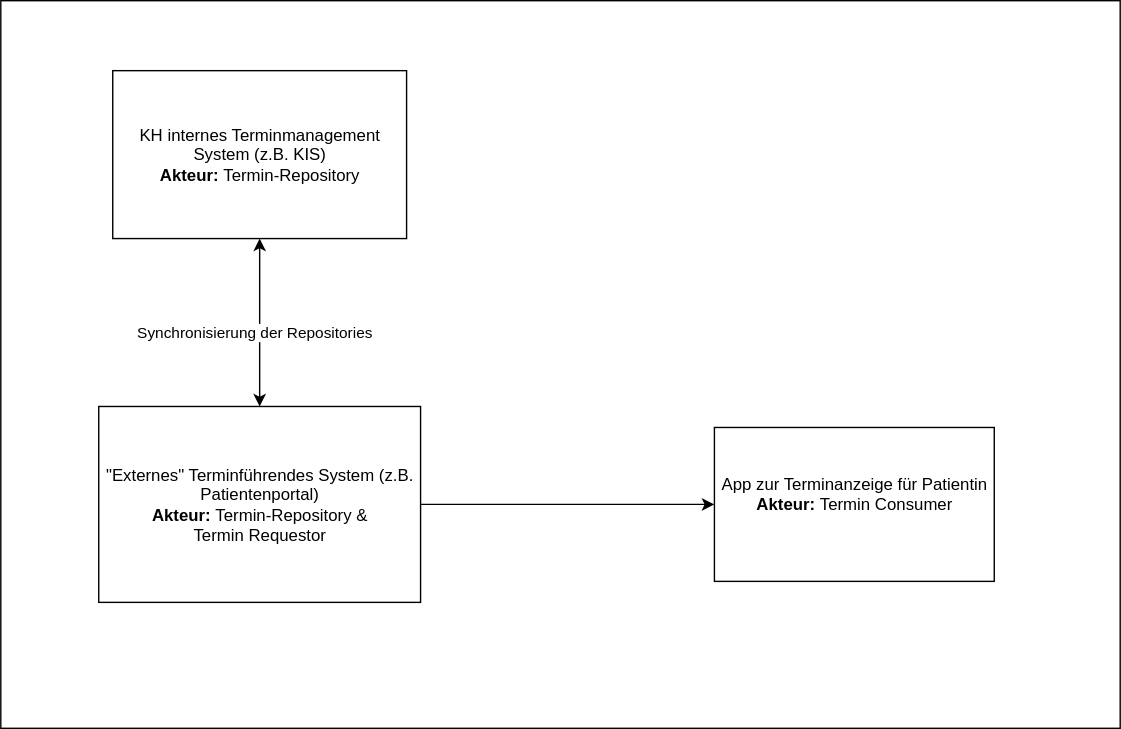
This is publisher-guides/Terminplanung/input/images/Termin_Patientenportal_als_Repository.drawio.svg from gematik/spec-ISiK-Basismodul, a draw.io export, as it was before one commit. Source tidied: cells renumbered, new cells last; positions are measured from the earlier drawing's top-left corner, leaving out a move shared by most shapes. Its diagram source:
```xml
<mxGraphModel>
  <root>
    <mxCell id="0" />
    <mxCell id="1" parent="0" />
    <mxCell id="2" style="rounded=0;whiteSpace=wrap;html=1;" parent="1" vertex="1">
      <mxGeometry width="800" height="520" as="geometry" />
    </mxCell>
    <mxCell id="3" style="edgeStyle=orthogonalEdgeStyle;rounded=0;jettySize=auto;html=1;exitX=0.5;exitY=1;exitDx=0;exitDy=0;startArrow=classic;startFill=1;" parent="1" edge="1" source="5" target="8">
      <mxGeometry relative="1" as="geometry" />
    </mxCell>
    <mxCell id="4" value="Synchronisierung der Repositories" style="edgeLabel;html=1;align=center;verticalAlign=middle;" parent="3" vertex="1">
      <mxGeometry x="0.1" y="-5" relative="1" as="geometry" />
    </mxCell>
    <mxCell id="5" value="&lt;div&gt;KH internes Terminmanagement System (z.B. KIS)&lt;/div&gt;&lt;b&gt;Akteur:&amp;nbsp;&lt;/b&gt;Termin-Repository" style="rounded=0;whiteSpace=wrap;html=1;" parent="1" vertex="1">
      <mxGeometry x="80" y="50" width="210" height="120" as="geometry" />
    </mxCell>
    <mxCell id="6" value="&lt;div&gt;App zur Terminanzeige für Patientin&lt;/div&gt;&lt;div&gt;&lt;b&gt;Akteur:&amp;nbsp;&lt;/b&gt;Termin Consumer&lt;/div&gt;&lt;div&gt;&lt;br&gt;&lt;/div&gt;" style="rounded=0;whiteSpace=wrap;html=1;" parent="1" vertex="1">
      <mxGeometry x="510" y="305" width="200" height="110" as="geometry" />
    </mxCell>
    <mxCell id="7" style="edgeStyle=orthogonalEdgeStyle;rounded=0;jettySize=auto;html=1;exitX=1;exitY=0.5;exitDx=0;exitDy=0;entryX=0;entryY=0.5;entryDx=0;entryDy=0;" parent="1" edge="1" source="8" target="6">
      <mxGeometry relative="1" as="geometry" />
    </mxCell>
    <mxCell id="8" value="&lt;div&gt;&quot;Externes&quot; Terminführendes System (z.B. Patientenportal)&lt;/div&gt;&lt;div&gt;&lt;b&gt;Akteur:&amp;nbsp;&lt;/b&gt;Termin-Repository &amp;amp;&lt;/div&gt;&lt;div&gt;Termin Requestor&lt;/div&gt;" style="rounded=0;whiteSpace=wrap;html=1;" parent="1" vertex="1">
      <mxGeometry x="70" y="290" width="230" height="140" as="geometry" />
    </mxCell>
  </root>
</mxGraphModel>
```
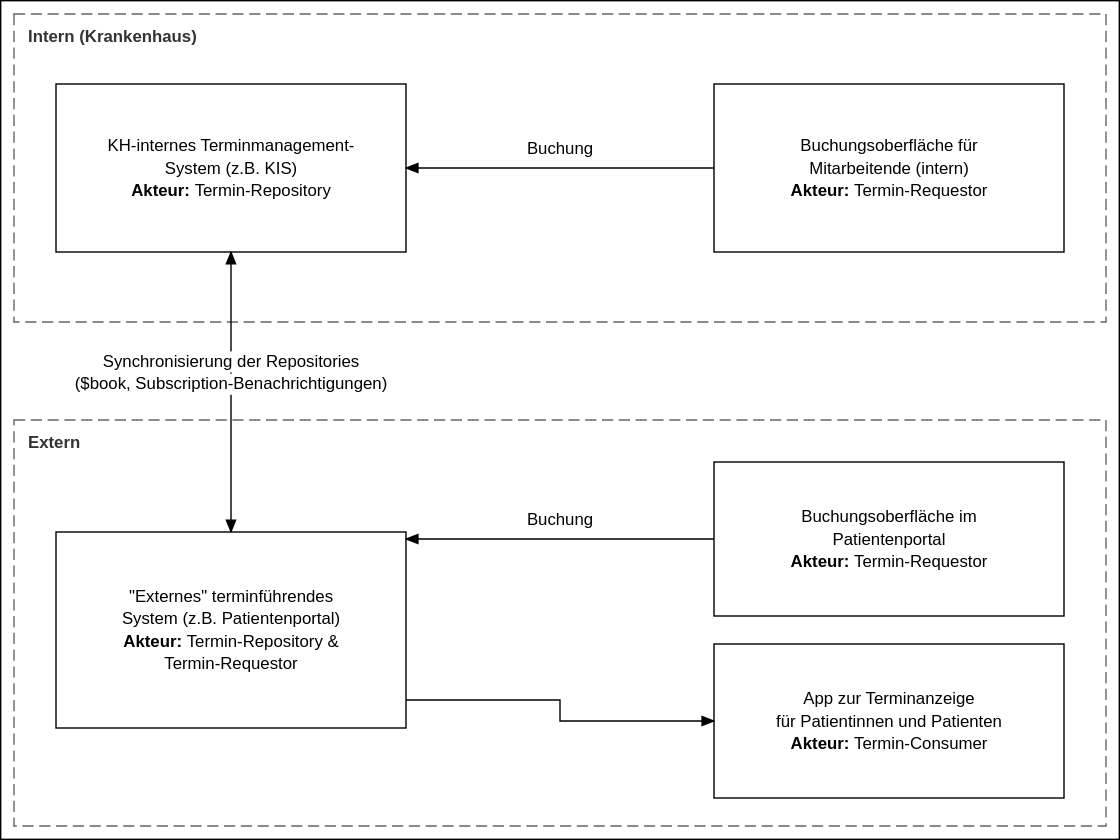
After the change.

What changed in the source:
```diff
@@ -2,26 +2,46 @@
   <root>
     <mxCell id="0" />
     <mxCell id="1" parent="0" />
-    <mxCell id="2" style="rounded=0;whiteSpace=wrap;html=1;" parent="1" vertex="1">
-      <mxGeometry width="800" height="520" as="geometry" />
-    </mxCell>
-    <mxCell id="3" style="edgeStyle=orthogonalEdgeStyle;rounded=0;jettySize=auto;html=1;exitX=0.5;exitY=1;exitDx=0;exitDy=0;startArrow=classic;startFill=1;" parent="1" edge="1" source="5" target="8">
-      <mxGeometry relative="1" as="geometry" />
-    </mxCell>
-    <mxCell id="4" value="Synchronisierung der Repositories" style="edgeLabel;html=1;align=center;verticalAlign=middle;" parent="3" vertex="1">
-      <mxGeometry x="0.1" y="-5" relative="1" as="geometry" />
-    </mxCell>
-    <mxCell id="5" value="&lt;div&gt;KH internes Terminmanagement System (z.B. KIS)&lt;/div&gt;&lt;b&gt;Akteur:&amp;nbsp;&lt;/b&gt;Termin-Repository" style="rounded=0;whiteSpace=wrap;html=1;" parent="1" vertex="1">
-      <mxGeometry x="80" y="50" width="210" height="120" as="geometry" />
-    </mxCell>
-    <mxCell id="6" value="&lt;div&gt;App zur Terminanzeige für Patientin&lt;/div&gt;&lt;div&gt;&lt;b&gt;Akteur:&amp;nbsp;&lt;/b&gt;Termin Consumer&lt;/div&gt;&lt;div&gt;&lt;br&gt;&lt;/div&gt;" style="rounded=0;whiteSpace=wrap;html=1;" parent="1" vertex="1">
-      <mxGeometry x="510" y="305" width="200" height="110" as="geometry" />
-    </mxCell>
-    <mxCell id="7" style="edgeStyle=orthogonalEdgeStyle;rounded=0;jettySize=auto;html=1;exitX=1;exitY=0.5;exitDx=0;exitDy=0;entryX=0;entryY=0.5;entryDx=0;entryDy=0;" parent="1" edge="1" source="8" target="6">
-      <mxGeometry relative="1" as="geometry" />
-    </mxCell>
-    <mxCell id="8" value="&lt;div&gt;&quot;Externes&quot; Terminführendes System (z.B. Patientenportal)&lt;/div&gt;&lt;div&gt;&lt;b&gt;Akteur:&amp;nbsp;&lt;/b&gt;Termin-Repository &amp;amp;&lt;/div&gt;&lt;div&gt;Termin Requestor&lt;/div&gt;" style="rounded=0;whiteSpace=wrap;html=1;" parent="1" vertex="1">
-      <mxGeometry x="70" y="290" width="230" height="140" as="geometry" />
-    </mxCell>
+    <mxCell id="9" style="rounded=0;whiteSpace=wrap;html=1;" parent="1" vertex="1">
+      <mxGeometry x="-70" y="-70" width="800" height="600" as="geometry" />
+    </mxCell>
+    <mxCell id="10" value="&lt;b&gt;Intern (Krankenhaus)&lt;/b&gt;" style="rounded=0;whiteSpace=wrap;html=1;fillColor=none;dashed=1;strokeColor=#666666;align=left;verticalAlign=top;spacingLeft=8;fontColor=#333333;" parent="1" vertex="1">
+      <mxGeometry x="-60" y="-60" width="780" height="220" as="geometry" />
+    </mxCell>
+    <mxCell id="11" value="&lt;b&gt;Extern&lt;/b&gt;" style="rounded=0;whiteSpace=wrap;html=1;fillColor=none;dashed=1;strokeColor=#666666;align=left;verticalAlign=top;spacingLeft=8;fontColor=#333333;" parent="1" vertex="1">
+      <mxGeometry x="-60" y="230" width="780" height="290" as="geometry" />
+    </mxCell>
+    <mxCell id="12" value="&lt;div&gt;KH-internes Terminmanagement-&lt;/div&gt;&lt;div&gt;System (z.B. KIS)&lt;/div&gt;&lt;div&gt;&lt;b&gt;Akteur: &lt;/b&gt;&amp;nbsp;Termin-Repository&lt;/div&gt;" style="rounded=0;whiteSpace=wrap;html=1;" parent="1" vertex="1">
+      <mxGeometry x="-30" y="-10" width="250" height="120" as="geometry" />
+    </mxCell>
+    <mxCell id="13" value="&lt;div&gt;Buchungsoberfläche für&lt;/div&gt;&lt;div&gt;Mitarbeitende (intern)&lt;/div&gt;&lt;div&gt;&lt;b&gt;Akteur: &lt;/b&gt;&amp;nbsp;Termin-Requestor&lt;/div&gt;" style="rounded=0;whiteSpace=wrap;html=1;" parent="1" vertex="1">
+      <mxGeometry x="440" y="-10" width="250" height="120" as="geometry" />
+    </mxCell>
+    <mxCell id="14" value="&lt;div&gt;&quot;Externes&quot; terminführendes&lt;/div&gt;&lt;div&gt;System (z.B. Patientenportal)&lt;/div&gt;&lt;div&gt;&lt;b&gt;Akteur: &lt;/b&gt;&amp;nbsp;Termin-Repository &amp;&lt;/div&gt;&lt;div&gt;Termin-Requestor&lt;/div&gt;" style="rounded=0;whiteSpace=wrap;html=1;" parent="1" vertex="1">
+      <mxGeometry x="-30" y="310" width="250" height="140" as="geometry" />
+    </mxCell>
+    <mxCell id="15" value="&lt;div&gt;Buchungsoberfläche im&lt;/div&gt;&lt;div&gt;Patientenportal&lt;/div&gt;&lt;div&gt;&lt;b&gt;Akteur: &lt;/b&gt;&amp;nbsp;Termin-Requestor&lt;/div&gt;" style="rounded=0;whiteSpace=wrap;html=1;" parent="1" vertex="1">
+      <mxGeometry x="440" y="260" width="250" height="110" as="geometry" />
+    </mxCell>
+    <mxCell id="16" value="&lt;div&gt;App zur Terminanzeige&lt;/div&gt;&lt;div&gt;für Patientinnen und Patienten&lt;/div&gt;&lt;div&gt;&lt;b&gt;Akteur: &lt;/b&gt;&amp;nbsp;Termin-Consumer&lt;/div&gt;" style="rounded=0;whiteSpace=wrap;html=1;" parent="1" vertex="1">
+      <mxGeometry x="440" y="390" width="250" height="110" as="geometry" />
+    </mxCell>
+    <mxCell id="17" value="Buchung" style="edgeStyle=orthogonalEdgeStyle;rounded=0;html=1;" parent="1" edge="1" source="13" target="12">
+      <mxGeometry relative="1" as="geometry" />
+    </mxCell>
+    <mxCell id="18" value="Synchronisierung der Repositories&lt;br&gt;($book, Subscription-Benachrichtigungen)" style="startArrow=classic;startFill=1;edgeStyle=orthogonalEdgeStyle;rounded=0;html=1;" parent="1" edge="1" source="14" target="12">
+      <mxGeometry relative="1" as="geometry" />
+    </mxCell>
+    <mxCell id="19" value="Buchung" style="edgeStyle=orthogonalEdgeStyle;rounded=0;html=1;" parent="1" edge="1" source="15" target="14">
+      <mxGeometry relative="1" as="geometry" />
+    </mxCell>
+    <mxCell id="20" style="edgeStyle=orthogonalEdgeStyle;rounded=0;html=1;" parent="1" edge="1" source="14" target="16">
+      <mxGeometry relative="1" as="geometry">
+        <Array as="points">
+          <mxPoint x="330" y="430" />
+          <mxPoint x="330" y="445" />
+        </Array>
+      </mxGeometry>
+    </mxCell>
   </root>
 </mxGraphModel>
```
